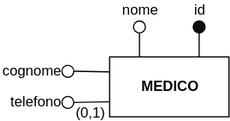
This is schematics/er-diagram.svg from MatteoCarnelos/DB-SEA, a draw.io export, as it was before one commit. Source tidied: cells renumbered, new cells last; positions are measured from the earlier drawing's top-left corner, leaving out a move shared by most shapes. The source it was exported from:
```xml
<mxGraphModel>
  <root>
    <mxCell id="0" />
    <mxCell id="1" parent="0" />
    <mxCell id="2" value="&lt;b&gt;MEDICO&lt;br&gt;&lt;/b&gt;" style="whiteSpace=wrap;html=1;align=center;" parent="1" vertex="1">
      <mxGeometry x="40" y="30" width="100" height="50" as="geometry" />
    </mxCell>
    <mxCell id="3" style="endArrow=none;html=1;rounded=0;entryX=0.25;entryY=0;entryDx=0;entryDy=0;exitX=0.5;exitY=1;exitDx=0;exitDy=0;" parent="1" edge="1" source="6" target="2">
      <mxGeometry relative="1" as="geometry" />
    </mxCell>
    <mxCell id="4" style="endArrow=none;html=1;exitX=0.75;exitY=0;exitDx=0;exitDy=0;entryX=0.5;entryY=1;entryDx=0;entryDy=0;" parent="1" edge="1" source="2" target="5">
      <mxGeometry relative="1" as="geometry" />
    </mxCell>
    <mxCell id="5" value="id" style="ellipse;whiteSpace=wrap;html=1;fillColor=#0D0D0D;labelPosition=center;verticalLabelPosition=top;align=center;verticalAlign=bottom;" parent="1" vertex="1">
      <mxGeometry x="110" width="10" height="10" as="geometry" />
    </mxCell>
    <mxCell id="6" value="nome" style="ellipse;whiteSpace=wrap;html=1;fillColor=#ffffff;labelPosition=center;verticalLabelPosition=top;align=center;verticalAlign=bottom;spacing=2;" parent="1" vertex="1">
      <mxGeometry x="60" width="10" height="10" as="geometry" />
    </mxCell>
    <mxCell id="7" style="endArrow=none;html=1;entryX=0;entryY=0.25;entryDx=0;entryDy=0;exitX=1;exitY=0.5;exitDx=0;exitDy=0;" parent="1" edge="1" source="8" target="2">
      <mxGeometry relative="1" as="geometry" />
    </mxCell>
    <mxCell id="8" value="cognome" style="ellipse;whiteSpace=wrap;html=1;fillColor=#ffffff;textDirection=ltr;align=right;labelPosition=left;verticalLabelPosition=middle;verticalAlign=middle;spacing=2;" parent="1" vertex="1">
      <mxGeometry y="37" width="10" height="10" as="geometry" />
    </mxCell>
    <mxCell id="9" style="endArrow=none;html=1;entryX=0;entryY=0.75;entryDx=0;entryDy=0;exitX=1;exitY=0.5;exitDx=0;exitDy=0;" parent="1" edge="1" source="11" target="2">
      <mxGeometry relative="1" as="geometry" />
    </mxCell>
    <mxCell id="10" value="(0,1)" style="text;html=1;align=left;verticalAlign=top;labelBackgroundColor=#ffffff;labelPosition=right;verticalLabelPosition=bottom;" parent="9" vertex="1">
      <mxGeometry x="-0.28" relative="1" as="geometry">
        <mxPoint x="-10.8" y="-4.8" as="offset" />
      </mxGeometry>
    </mxCell>
    <mxCell id="11" value="telefono" style="ellipse;whiteSpace=wrap;html=1;fillColor=#ffffff;textDirection=ltr;align=right;labelPosition=left;verticalLabelPosition=middle;verticalAlign=middle;spacing=2;" parent="1" vertex="1">
      <mxGeometry y="63" width="10" height="10" as="geometry" />
    </mxCell>
  </root>
</mxGraphModel>
```
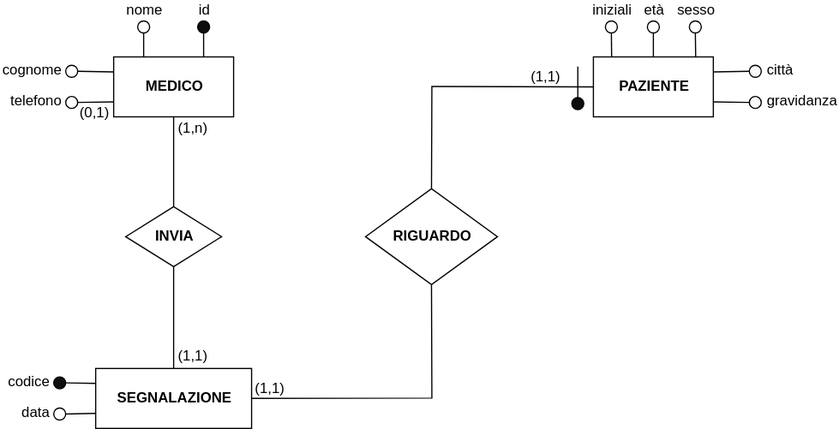
After the change.

Diff of the diagram source:
```diff
@@ -20,19 +20,113 @@
     <mxCell id="7" style="endArrow=none;html=1;entryX=0;entryY=0.25;entryDx=0;entryDy=0;exitX=1;exitY=0.5;exitDx=0;exitDy=0;" parent="1" edge="1" source="8" target="2">
       <mxGeometry relative="1" as="geometry" />
     </mxCell>
-    <mxCell id="8" value="cognome" style="ellipse;whiteSpace=wrap;html=1;fillColor=#ffffff;textDirection=ltr;align=right;labelPosition=left;verticalLabelPosition=middle;verticalAlign=middle;spacing=2;" parent="1" vertex="1">
+    <mxCell id="8" value="cognome" style="ellipse;whiteSpace=wrap;html=1;fillColor=#ffffff;textDirection=ltr;align=right;labelPosition=left;verticalLabelPosition=middle;verticalAlign=middle;spacing=5;spacingBottom=2;" parent="1" vertex="1">
       <mxGeometry y="37" width="10" height="10" as="geometry" />
     </mxCell>
     <mxCell id="9" style="endArrow=none;html=1;entryX=0;entryY=0.75;entryDx=0;entryDy=0;exitX=1;exitY=0.5;exitDx=0;exitDy=0;" parent="1" edge="1" source="11" target="2">
       <mxGeometry relative="1" as="geometry" />
     </mxCell>
-    <mxCell id="10" value="(0,1)" style="text;html=1;align=left;verticalAlign=top;labelBackgroundColor=#ffffff;labelPosition=right;verticalLabelPosition=bottom;" parent="9" vertex="1">
+    <mxCell id="10" value="(0,1)" style="text;html=1;align=left;verticalAlign=top;labelBackgroundColor=#ffffff;labelPosition=right;verticalLabelPosition=bottom;spacing=2;" parent="9" vertex="1">
       <mxGeometry x="-0.28" relative="1" as="geometry">
         <mxPoint x="-10.8" y="-4.8" as="offset" />
       </mxGeometry>
     </mxCell>
-    <mxCell id="11" value="telefono" style="ellipse;whiteSpace=wrap;html=1;fillColor=#ffffff;textDirection=ltr;align=right;labelPosition=left;verticalLabelPosition=middle;verticalAlign=middle;spacing=2;" parent="1" vertex="1">
+    <mxCell id="11" value="telefono" style="ellipse;whiteSpace=wrap;html=1;fillColor=#ffffff;textDirection=ltr;align=right;labelPosition=left;verticalLabelPosition=middle;verticalAlign=middle;spacing=5;spacingBottom=2;" parent="1" vertex="1">
       <mxGeometry y="63" width="10" height="10" as="geometry" />
     </mxCell>
+    <mxCell id="12" style="edgeStyle=orthogonalEdgeStyle;rounded=0;jettySize=auto;html=1;exitX=0.5;exitY=0;exitDx=0;exitDy=0;entryX=0.5;entryY=1;entryDx=0;entryDy=0;endArrow=none;endFill=0;spacing=2;spacingTop=0;labelPosition=center;verticalLabelPosition=middle;align=center;verticalAlign=middle;" parent="1" edge="1" source="16" target="2">
+      <mxGeometry relative="1" as="geometry" />
+    </mxCell>
+    <mxCell id="13" value="(1,n)" style="text;html=1;align=left;verticalAlign=middle;labelBackgroundColor=#ffffff;labelPosition=right;verticalLabelPosition=middle;horizontal=1;spacingRight=0;spacing=4;" parent="12" vertex="1">
+      <mxGeometry x="0.1" y="2" relative="1" as="geometry">
+        <mxPoint x="2" y="-23.3" as="offset" />
+      </mxGeometry>
+    </mxCell>
+    <mxCell id="14" style="edgeStyle=orthogonalEdgeStyle;rounded=0;jettySize=auto;html=1;exitX=0.5;exitY=1;exitDx=0;exitDy=0;entryX=0.5;entryY=0;entryDx=0;entryDy=0;endArrow=none;endFill=0;" parent="1" edge="1" source="16" target="19">
+      <mxGeometry relative="1" as="geometry" />
+    </mxCell>
+    <mxCell id="15" value="(1,1)" style="text;html=1;align=left;verticalAlign=middle;labelBackgroundColor=#ffffff;labelPosition=right;verticalLabelPosition=middle;spacing=4;" parent="14" vertex="1">
+      <mxGeometry x="0.4" y="-1" relative="1" as="geometry">
+        <mxPoint x="1" y="15.8" as="offset" />
+      </mxGeometry>
+    </mxCell>
+    <mxCell id="16" value="&lt;b&gt;INVIA&lt;/b&gt;" style="rhombus;whiteSpace=wrap;html=1;" parent="1" vertex="1">
+      <mxGeometry x="50" y="155" width="80" height="50" as="geometry" />
+    </mxCell>
+    <mxCell id="17" style="edgeStyle=orthogonalEdgeStyle;rounded=0;jettySize=auto;html=1;exitX=1;exitY=0.5;exitDx=0;exitDy=0;entryX=0.5;entryY=1;entryDx=0;entryDy=0;endArrow=none;endFill=0;spacing=2;" parent="1" edge="1" source="19" target="26">
+      <mxGeometry relative="1" as="geometry" />
+    </mxCell>
+    <mxCell id="18" value="(1,1)" style="text;html=1;align=center;verticalAlign=bottom;labelBackgroundColor=#ffffff;labelPosition=center;verticalLabelPosition=top;spacing=2;" parent="17" vertex="1">
+      <mxGeometry x="-0.58" y="-2" relative="1" as="geometry">
+        <mxPoint x="-36" y="-2" as="offset" />
+      </mxGeometry>
+    </mxCell>
+    <mxCell id="19" value="&lt;b&gt;SEGNALAZIONE&lt;br&gt;&lt;/b&gt;" style="whiteSpace=wrap;html=1;align=center;" parent="1" vertex="1">
+      <mxGeometry x="25" y="290" width="130" height="50" as="geometry" />
+    </mxCell>
+    <mxCell id="20" style="endArrow=none;html=1;entryX=0;entryY=0.25;entryDx=0;entryDy=0;exitX=1;exitY=0.5;exitDx=0;exitDy=0;" parent="1" edge="1" source="21" target="19">
+      <mxGeometry relative="1" as="geometry" />
+    </mxCell>
+    <mxCell id="21" value="codice" style="ellipse;whiteSpace=wrap;html=1;fillColor=#0F0F0F;textDirection=ltr;align=right;labelPosition=left;verticalLabelPosition=middle;verticalAlign=middle;spacing=5;spacingBottom=2;" parent="1" vertex="1">
+      <mxGeometry x="-10" y="297" width="10" height="10" as="geometry" />
+    </mxCell>
+    <mxCell id="22" style="endArrow=none;html=1;entryX=0;entryY=0.75;entryDx=0;entryDy=0;exitX=1;exitY=0.5;exitDx=0;exitDy=0;" parent="1" edge="1" source="23" target="19">
+      <mxGeometry relative="1" as="geometry" />
+    </mxCell>
+    <mxCell id="23" value="data" style="ellipse;whiteSpace=wrap;html=1;fillColor=#ffffff;textDirection=ltr;align=right;labelPosition=left;verticalLabelPosition=middle;verticalAlign=middle;spacing=5;spacingBottom=2;" parent="1" vertex="1">
+      <mxGeometry x="-10" y="323" width="10" height="10" as="geometry" />
+    </mxCell>
+    <mxCell id="24" style="edgeStyle=orthogonalEdgeStyle;rounded=0;jettySize=auto;html=1;exitX=0.5;exitY=0;exitDx=0;exitDy=0;entryX=0;entryY=0.5;entryDx=0;entryDy=0;endArrow=none;endFill=0;" parent="1" edge="1" source="26" target="27">
+      <mxGeometry relative="1" as="geometry" />
+    </mxCell>
+    <mxCell id="25" value="(1,1)" style="text;html=1;align=center;verticalAlign=bottom;labelBackgroundColor=#ffffff;labelPosition=center;verticalLabelPosition=top;spacing=2;" parent="24" vertex="1">
+      <mxGeometry x="0.5" y="1" relative="1" as="geometry">
+        <mxPoint x="14.4" y="0.9" as="offset" />
+      </mxGeometry>
+    </mxCell>
+    <mxCell id="26" value="RIGUARDO" style="rhombus;whiteSpace=wrap;html=1;fillColor=#ffffff;fontStyle=1;" parent="1" vertex="1">
+      <mxGeometry x="250" y="140" width="110" height="80" as="geometry" />
+    </mxCell>
+    <mxCell id="27" value="&lt;b&gt;PAZIENTE&lt;/b&gt;" style="rounded=0;whiteSpace=wrap;html=1;fillColor=#ffffff;" parent="1" vertex="1">
+      <mxGeometry x="440" y="30" width="100" height="50" as="geometry" />
+    </mxCell>
+    <mxCell id="28" style="endArrow=none;html=1;exitX=0.5;exitY=0;exitDx=0;exitDy=0;" parent="1" edge="1" source="29">
+      <mxGeometry relative="1" as="geometry">
+        <mxPoint x="427" y="38" as="targetPoint" />
+      </mxGeometry>
+    </mxCell>
+    <mxCell id="29" style="ellipse;whiteSpace=wrap;html=1;fillColor=#0D0D0D;" parent="1" vertex="1">
+      <mxGeometry x="422" y="64" width="10" height="10" as="geometry" />
+    </mxCell>
+    <mxCell id="30" style="endArrow=none;html=1;rounded=0;exitX=0.5;exitY=1;exitDx=0;exitDy=0;entryX=0.152;entryY=-0.003;entryDx=0;entryDy=0;entryPerimeter=0;" parent="1" edge="1" source="31" target="27">
+      <mxGeometry relative="1" as="geometry" />
+    </mxCell>
+    <mxCell id="31" value="iniziali" style="ellipse;whiteSpace=wrap;html=1;fillColor=#ffffff;labelPosition=center;verticalLabelPosition=top;align=center;verticalAlign=bottom;spacing=2;" parent="1" vertex="1">
+      <mxGeometry x="450" width="10" height="10" as="geometry" />
+    </mxCell>
+    <mxCell id="32" style="endArrow=none;html=1;rounded=0;entryX=0.853;entryY=0.009;entryDx=0;entryDy=0;exitX=0.5;exitY=1;exitDx=0;exitDy=0;entryPerimeter=0;" parent="1" edge="1" source="33" target="27">
+      <mxGeometry relative="1" as="geometry" />
+    </mxCell>
+    <mxCell id="33" value="sesso" style="ellipse;whiteSpace=wrap;html=1;fillColor=#ffffff;labelPosition=center;verticalLabelPosition=top;align=center;verticalAlign=bottom;spacing=2;" parent="1" vertex="1">
+      <mxGeometry x="520" width="10" height="10" as="geometry" />
+    </mxCell>
+    <mxCell id="34" style="endArrow=none;html=1;exitX=1;exitY=0.25;exitDx=0;exitDy=0;entryX=0;entryY=0.5;entryDx=0;entryDy=0;" parent="1" edge="1" source="27" target="36">
+      <mxGeometry relative="1" as="geometry" />
+    </mxCell>
+    <mxCell id="35" style="endArrow=none;html=1;exitX=1;exitY=0.75;exitDx=0;exitDy=0;entryX=0;entryY=0.5;entryDx=0;entryDy=0;" parent="1" edge="1" source="27" target="37">
+      <mxGeometry relative="1" as="geometry" />
+    </mxCell>
+    <mxCell id="36" value="città" style="ellipse;whiteSpace=wrap;html=1;fillColor=#FAFAFA;labelPosition=right;verticalLabelPosition=middle;align=left;verticalAlign=middle;spacing=5;spacingBottom=2;" parent="1" vertex="1">
+      <mxGeometry x="570" y="37" width="10" height="10" as="geometry" />
+    </mxCell>
+    <mxCell id="37" value="gravidanza" style="ellipse;whiteSpace=wrap;html=1;fillColor=#FAFAFA;spacingBottom=2;labelPosition=right;verticalLabelPosition=middle;align=left;verticalAlign=middle;spacing=5;" parent="1" vertex="1">
+      <mxGeometry x="570" y="63" width="10" height="10" as="geometry" />
+    </mxCell>
+    <mxCell id="38" style="endArrow=none;html=1;rounded=0;exitX=0.5;exitY=1;exitDx=0;exitDy=0;entryX=0.5;entryY=0;entryDx=0;entryDy=0;" parent="1" edge="1" source="39" target="27">
+      <mxGeometry relative="1" as="geometry" />
+    </mxCell>
+    <mxCell id="39" value="età" style="ellipse;whiteSpace=wrap;html=1;fillColor=#ffffff;labelPosition=center;verticalLabelPosition=top;align=center;verticalAlign=bottom;spacing=2;" parent="1" vertex="1">
+      <mxGeometry x="485" width="10" height="10" as="geometry" />
+    </mxCell>
   </root>
 </mxGraphModel>
```
